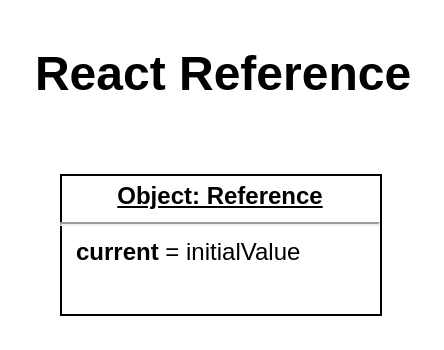
This is content/posts/121-react-useref-guide/diagrams/reference.drawio from panzerdp/dmitripavlutin.com, a draw.io file, before an edit. Source tidied: cells renumbered, new cells numbered last; positions are measured from the earlier drawing's top-left corner, leaving out a move shared by most shapes. Both pictures are drawn from the tidied source at 200%, with x=0, y=0 at pixel (60, 34).
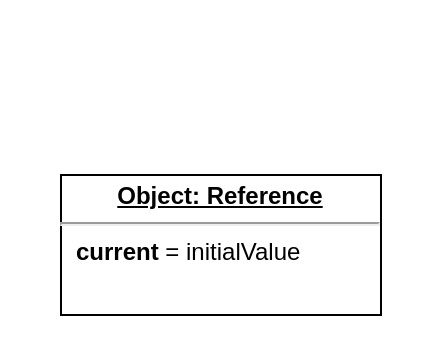
The same diagram, later.

Change to the diagram source:
```diff
@@
 <mxGraphModel>
   <root>
     <mxCell id="0" />
     <mxCell id="1" parent="0" />
     <mxCell id="2" value="&lt;p style=&quot;margin: 0px ; margin-top: 4px ; text-align: center ; text-decoration: underline&quot;&gt;&lt;b&gt;Object: Reference&lt;/b&gt;&lt;/p&gt;&lt;hr&gt;&lt;p style=&quot;margin: 0px ; margin-left: 8px&quot;&gt;&lt;b&gt;current&lt;/b&gt; = initialValue&lt;br&gt;&lt;/p&gt;" style="verticalAlign=top;align=left;overflow=fill;fontSize=12;fontFamily=Helvetica;html=1;" parent="1" vertex="1">
       <mxGeometry y="70" width="160" height="70" as="geometry" />
     </mxCell>
-    <mxCell id="3" value="React Reference" style="text;strokeColor=none;fillColor=none;html=1;fontSize=24;fontStyle=1;verticalAlign=middle;align=center;" parent="1" vertex="1">
-      <mxGeometry x="31" width="100" height="40" as="geometry" />
-    </mxCell>
   </root>
 </mxGraphModel>
```
